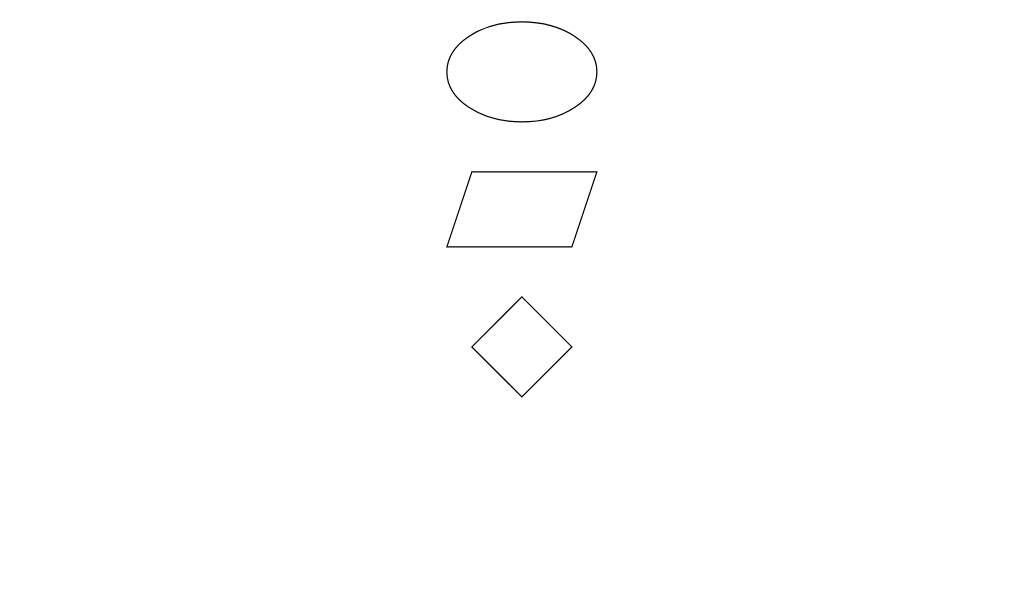
AnasAlsmele/hrFlowChart keeps this draw.io diagram as Untitled Diagram.drawio. Above is the earlier version. Source tidied: cells renumbered, new cells numbered last; positions are measured from the earlier drawing's top-left corner, leaving out a move shared by most shapes. Both pictures are drawn from the tidied source at 125%, with x=0, y=0 at pixel (446, 21).
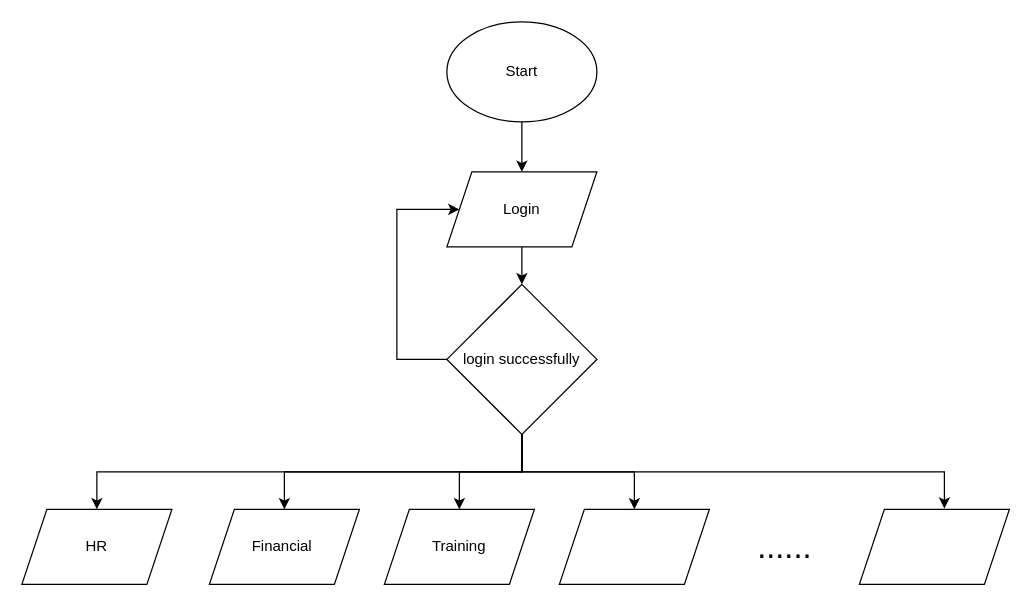
The same page after the edit.

The edit, as a diff of the source:
```diff
@@
+    <mxCell id="5" style="edgeStyle=orthogonalEdgeStyle;rounded=0;jettySize=auto;html=1;" parent="1" edge="1" source="2" target="3">
+      <mxGeometry relative="1" as="geometry" />
+    </mxCell>
-    <mxCell id="2" style="ellipse;whiteSpace=wrap;html=1;" parent="1" vertex="1">
+    <mxCell id="2" value="Start" style="ellipse;whiteSpace=wrap;html=1;" parent="1" vertex="1">
       <mxGeometry width="120" height="80" as="geometry" />
     </mxCell>
+    <mxCell id="6" style="edgeStyle=orthogonalEdgeStyle;rounded=0;jettySize=auto;html=1;" parent="1" edge="1" source="3" target="4">
+      <mxGeometry relative="1" as="geometry" />
+    </mxCell>
-    <mxCell id="3" style="shape=parallelogram;perimeter=parallelogramPerimeter;whiteSpace=wrap;html=1;fixedSize=1;" parent="1" vertex="1">
+    <mxCell id="3" value="Login" style="shape=parallelogram;perimeter=parallelogramPerimeter;whiteSpace=wrap;html=1;fixedSize=1;" parent="1" vertex="1">
       <mxGeometry y="120" width="120" height="60" as="geometry" />
     </mxCell>
+    <mxCell id="7" style="edgeStyle=orthogonalEdgeStyle;rounded=0;jettySize=auto;html=1;entryX=0;entryY=0.5;entryDx=0;entryDy=0;" parent="1" edge="1" source="4" target="3">
+      <mxGeometry relative="1" as="geometry">
+        <Array as="points">
+          <mxPoint x="-40" y="270" />
+          <mxPoint x="-40" y="150" />
+        </Array>
+      </mxGeometry>
+    </mxCell>
+    <mxCell id="8" style="edgeStyle=orthogonalEdgeStyle;rounded=0;jettySize=auto;html=1;exitX=0.5;exitY=1;exitDx=0;exitDy=0;entryX=0.5;entryY=0;entryDx=0;entryDy=0;" parent="1" edge="1" source="4" target="9">
+      <mxGeometry relative="1" as="geometry" />
+    </mxCell>
-    <mxCell id="4" style="rhombus;whiteSpace=wrap;html=1;" parent="1" vertex="1">
-      <mxGeometry x="20" y="220" width="80" height="80" as="geometry" />
+    <mxCell id="4" value="login successfully" style="rhombus;whiteSpace=wrap;html=1;" parent="1" vertex="1">
+      <mxGeometry y="210" width="120" height="120" as="geometry" />
     </mxCell>
+    <mxCell id="9" style="shape=parallelogram;perimeter=parallelogramPerimeter;whiteSpace=wrap;html=1;fixedSize=1;" parent="1" vertex="1">
+      <mxGeometry x="90" y="390" width="120" height="60" as="geometry" />
+    </mxCell>
+    <mxCell id="10" value="Training" style="shape=parallelogram;perimeter=parallelogramPerimeter;whiteSpace=wrap;html=1;fixedSize=1;" parent="1" vertex="1">
+      <mxGeometry x="-50" y="390" width="120" height="60" as="geometry" />
+    </mxCell>
+    <mxCell id="11" value="Financial&amp;nbsp;" style="shape=parallelogram;perimeter=parallelogramPerimeter;whiteSpace=wrap;html=1;fixedSize=1;" parent="1" vertex="1">
+      <mxGeometry x="-190" y="390" width="120" height="60" as="geometry" />
+    </mxCell>
+    <mxCell id="12" value="HR" style="shape=parallelogram;perimeter=parallelogramPerimeter;whiteSpace=wrap;html=1;fixedSize=1;" parent="1" vertex="1">
+      <mxGeometry x="-340" y="390" width="120" height="60" as="geometry" />
+    </mxCell>
+    <mxCell id="13" style="shape=parallelogram;perimeter=parallelogramPerimeter;whiteSpace=wrap;html=1;fixedSize=1;" parent="1" vertex="1">
+      <mxGeometry x="330" y="390" width="120" height="60" as="geometry" />
+    </mxCell>
+    <mxCell id="14" style="endArrow=classic;html=1;rounded=0;exitX=0.5;exitY=1;exitDx=0;exitDy=0;entryX=0.5;entryY=0;entryDx=0;entryDy=0;" parent="1" edge="1" source="4" target="10">
+      <mxGeometry relative="1" as="geometry">
+        <Array as="points">
+          <mxPoint x="60" y="360" />
+          <mxPoint x="10" y="360" />
+        </Array>
+      </mxGeometry>
+    </mxCell>
+    <mxCell id="15" style="endArrow=classic;html=1;rounded=0;exitX=0.5;exitY=1;exitDx=0;exitDy=0;entryX=0.5;entryY=0;entryDx=0;entryDy=0;" parent="1" edge="1" source="4" target="11">
+      <mxGeometry relative="1" as="geometry">
+        <Array as="points">
+          <mxPoint x="60" y="360" />
+          <mxPoint x="-130" y="360" />
+        </Array>
+      </mxGeometry>
+    </mxCell>
+    <mxCell id="16" style="endArrow=classic;html=1;rounded=0;exitX=0.5;exitY=1;exitDx=0;exitDy=0;entryX=0.5;entryY=0;entryDx=0;entryDy=0;" parent="1" edge="1" source="4" target="12">
+      <mxGeometry relative="1" as="geometry">
+        <Array as="points">
+          <mxPoint x="60" y="360" />
+          <mxPoint x="-280" y="360" />
+        </Array>
+      </mxGeometry>
+    </mxCell>
+    <mxCell id="17" style="endArrow=classic;html=1;rounded=0;exitX=0.5;exitY=1;exitDx=0;exitDy=0;entryX=0.567;entryY=-0.011;entryDx=0;entryDy=0;entryPerimeter=0;" parent="1" edge="1" source="4" target="13">
+      <mxGeometry relative="1" as="geometry">
+        <Array as="points">
+          <mxPoint x="60" y="360" />
+          <mxPoint x="398" y="360" />
+        </Array>
+      </mxGeometry>
+    </mxCell>
+    <mxCell id="18" value="......" style="text;html=1;align=center;verticalAlign=middle;strokeColor=none;fillColor=none;fontSize=26;" parent="1" vertex="1">
+      <mxGeometry x="235" y="400" width="70" height="40" as="geometry" />
+    </mxCell>
```
